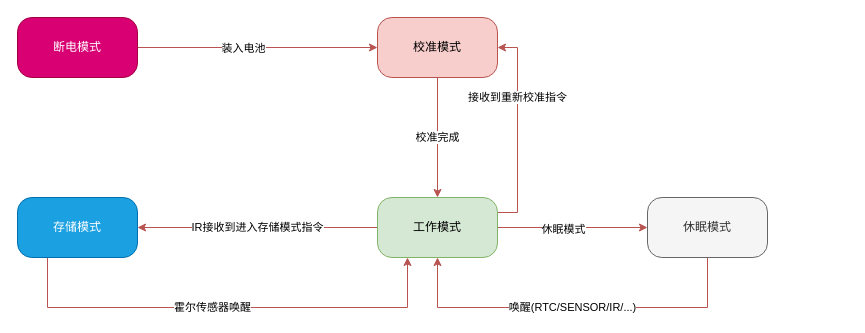
fenixchen/work keeps this draw.io diagram as page "工作模式" (1 of 2) of Chip Functional Mode.drawio. Above is the earlier version. Source tidied: cells renumbered, new cells numbered last; positions are measured from the earlier drawing's top-left corner, leaving out a move shared by most shapes. Both pictures are drawn from the tidied source at 100%, with x=0, y=0 at pixel (17, 17).
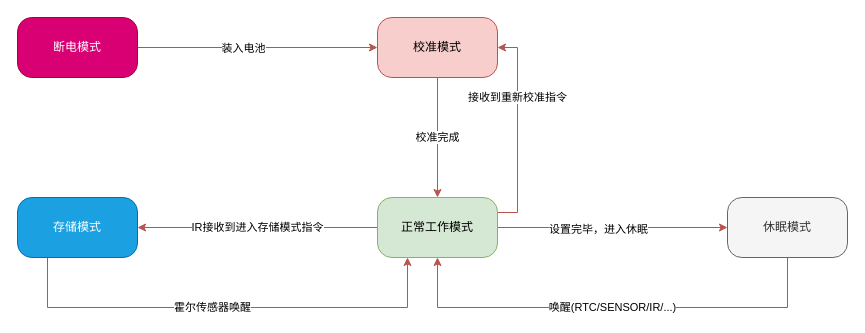
The same page after the edit.

Change to the diagram source:
```diff
@@
 <mxGraphModel>
   <root>
     <mxCell id="0" />
     <mxCell id="1" parent="0" />
     <mxCell id="2" style="edgeStyle=orthogonalEdgeStyle;rounded=0;jettySize=auto;html=1;exitX=1;exitY=0.5;exitDx=0;exitDy=0;entryX=0;entryY=0.5;entryDx=0;entryDy=0;fillColor=#f8cecc;strokeColor=#b85450;" parent="1" edge="1" source="4" target="6">
       <mxGeometry relative="1" as="geometry" />
     </mxCell>
     <mxCell id="3" value="装入电池" style="edgeLabel;html=1;align=center;verticalAlign=middle;" parent="2" vertex="1">
       <mxGeometry x="-0.38" relative="1" as="geometry">
         <mxPoint x="31" as="offset" />
       </mxGeometry>
     </mxCell>
     <mxCell id="4" value="断电模式" style="rounded=1;whiteSpace=wrap;html=1;arcSize=24;fillColor=#d80073;strokeColor=#A50040;shadow=0;comic=0;labelBackgroundColor=none;fontFamily=Verdana;fontSize=12;fontColor=#ffffff;align=center;" parent="1" vertex="1">
       <mxGeometry width="120" height="60" as="geometry" />
     </mxCell>
     <mxCell id="5" value="校准完成" style="edgeStyle=orthogonalEdgeStyle;rounded=0;jettySize=auto;html=1;exitX=0.5;exitY=1;exitDx=0;exitDy=0;entryX=0.5;entryY=0;entryDx=0;entryDy=0;strokeColor=#b85450;fillColor=#f8cecc;" parent="1" edge="1" source="6" target="13">
       <mxGeometry relative="1" as="geometry" />
     </mxCell>
     <mxCell id="6" value="校准模式" style="rounded=1;whiteSpace=wrap;html=1;arcSize=24;fillColor=#f8cecc;strokeColor=#b85450;shadow=0;comic=0;labelBackgroundColor=none;fontFamily=Verdana;fontSize=12;align=center;" parent="1" vertex="1">
       <mxGeometry x="360" width="120" height="60" as="geometry" />
     </mxCell>
     <mxCell id="7" value="霍尔传感器唤醒" style="edgeStyle=orthogonalEdgeStyle;rounded=0;jettySize=auto;html=1;exitX=0.5;exitY=1;exitDx=0;exitDy=0;entryX=0.25;entryY=1;entryDx=0;entryDy=0;strokeColor=#b85450;fillColor=#f8cecc;" parent="1" edge="1" source="8" target="13">
       <mxGeometry relative="1" as="geometry">
         <Array as="points">
           <mxPoint x="30" y="290" />
           <mxPoint x="390" y="290" />
         </Array>
       </mxGeometry>
     </mxCell>
     <mxCell id="8" value="存储模式" style="rounded=1;whiteSpace=wrap;html=1;arcSize=24;fillColor=#1ba1e2;strokeColor=#006EAF;shadow=0;comic=0;labelBackgroundColor=none;fontFamily=Verdana;fontSize=12;fontColor=#ffffff;align=center;" parent="1" vertex="1">
       <mxGeometry y="180" width="120" height="60" as="geometry" />
     </mxCell>
     <mxCell id="9" style="edgeStyle=orthogonalEdgeStyle;rounded=0;jettySize=auto;html=1;exitX=1;exitY=0.5;exitDx=0;exitDy=0;entryX=0;entryY=0.5;entryDx=0;entryDy=0;strokeColor=#b85450;fillColor=#f8cecc;" parent="1" edge="1" source="13" target="15">
       <mxGeometry relative="1" as="geometry" />
     </mxCell>
-    <mxCell id="10" value="休眠模式" style="edgeLabel;html=1;align=center;verticalAlign=middle;" parent="9" vertex="1">
+    <mxCell id="10" value="设置完毕，进入休眠" style="edgeLabel;html=1;align=center;verticalAlign=middle;" parent="9" vertex="1">
       <mxGeometry x="-0.13" y="-1" relative="1" as="geometry" />
     </mxCell>
     <mxCell id="11" value="IR接收到进入存储模式指令" style="edgeStyle=orthogonalEdgeStyle;rounded=0;jettySize=auto;html=1;exitX=0;exitY=0.5;exitDx=0;exitDy=0;entryX=1;entryY=0.5;entryDx=0;entryDy=0;strokeColor=#b85450;fillColor=#f8cecc;" parent="1" edge="1" source="13" target="8">
       <mxGeometry relative="1" as="geometry" />
     </mxCell>
     <mxCell id="12" value="接收到重新校准指令" style="edgeStyle=orthogonalEdgeStyle;rounded=0;jettySize=auto;html=1;exitX=1;exitY=0.25;exitDx=0;exitDy=0;entryX=1;entryY=0.5;entryDx=0;entryDy=0;strokeColor=#b85450;fillColor=#f8cecc;" parent="1" edge="1" source="13" target="6">
       <mxGeometry x="0.32" relative="1" as="geometry" />
     </mxCell>
-    <mxCell id="13" value="工作模式" style="rounded=1;whiteSpace=wrap;html=1;arcSize=24;fillColor=#d5e8d4;strokeColor=#82b366;shadow=0;comic=0;labelBackgroundColor=none;fontFamily=Verdana;fontSize=12;align=center;" parent="1" vertex="1">
+    <mxCell id="13" value="正常工作模式" style="rounded=1;whiteSpace=wrap;html=1;arcSize=24;fillColor=#d5e8d4;strokeColor=#82b366;shadow=0;comic=0;labelBackgroundColor=none;fontFamily=Verdana;fontSize=12;align=center;" parent="1" vertex="1">
       <mxGeometry x="360" y="180" width="120" height="60" as="geometry" />
     </mxCell>
     <mxCell id="14" value="唤醒(RTC/SENSOR/IR/...)" style="edgeStyle=orthogonalEdgeStyle;rounded=0;jettySize=auto;html=1;exitX=0.5;exitY=1;exitDx=0;exitDy=0;entryX=0.5;entryY=1;entryDx=0;entryDy=0;strokeColor=#b85450;fillColor=#f8cecc;" parent="1" edge="1" source="15" target="13">
       <mxGeometry relative="1" as="geometry">
         <Array as="points">
-          <mxPoint x="690" y="290" />
+          <mxPoint x="770" y="290" />
           <mxPoint x="420" y="290" />
         </Array>
       </mxGeometry>
     </mxCell>
     <mxCell id="15" value="休眠模式" style="rounded=1;whiteSpace=wrap;html=1;arcSize=24;fillColor=#f5f5f5;strokeColor=#666666;shadow=0;comic=0;labelBackgroundColor=none;fontFamily=Verdana;fontSize=12;fontColor=#333333;align=center;" parent="1" vertex="1">
-      <mxGeometry x="630" y="180" width="120" height="60" as="geometry" />
+      <mxGeometry x="710" y="180" width="120" height="60" as="geometry" />
     </mxCell>
   </root>
 </mxGraphModel>
```
